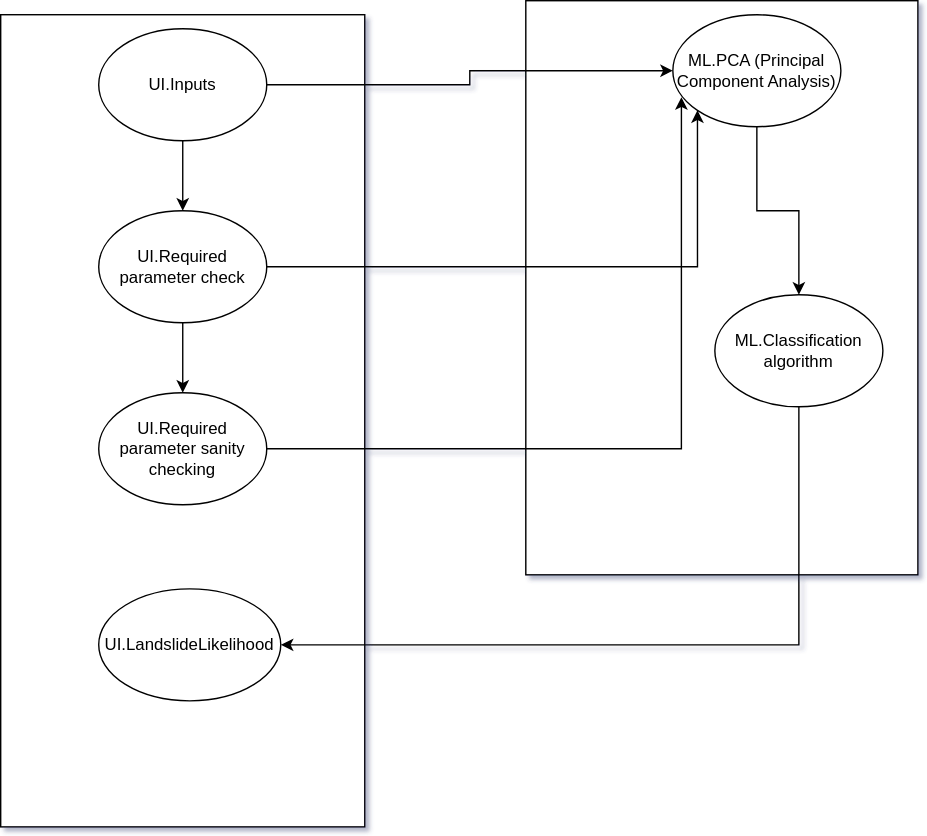
Above: docs/design/stages.svg in bhagyagkwd31/No_more_Landslides (draw.io), before the change. Source tidied: cells renumbered, new cells last; positions are measured from the earlier drawing's top-left corner, leaving out a move shared by most shapes.
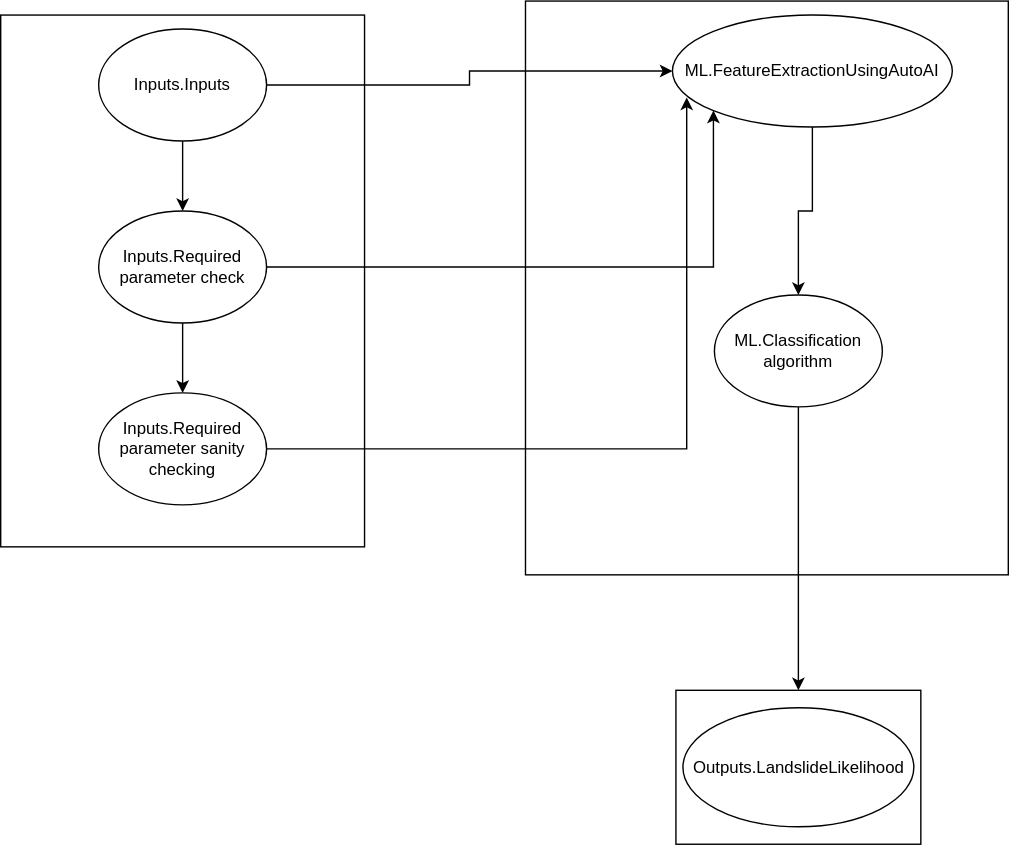
Above is the later version.

Diff of the diagram source:
```diff
@@ -3,33 +3,33 @@
     <mxCell id="0" />
     <mxCell id="1" parent="0" />
     <mxCell id="2" style="rounded=0;whiteSpace=wrap;html=1;" parent="1" vertex="1">
-      <mxGeometry x="375" width="280" height="410" as="geometry" />
+      <mxGeometry x="375" width="345" height="410" as="geometry" />
     </mxCell>
     <mxCell id="3" style="rounded=0;whiteSpace=wrap;html=1;" parent="1" vertex="1">
-      <mxGeometry y="10" width="260" height="580" as="geometry" />
+      <mxGeometry y="10" width="260" height="380" as="geometry" />
     </mxCell>
     <mxCell id="4" style="edgeStyle=orthogonalEdgeStyle;rounded=0;jettySize=auto;html=1;entryX=0.5;entryY=0;entryDx=0;entryDy=0;" parent="1" edge="1" source="5" target="7">
       <mxGeometry relative="1" as="geometry" />
     </mxCell>
-    <mxCell id="5" value="ML.PCA (Principal Component Analysis)" style="ellipse;whiteSpace=wrap;html=1;" parent="1" vertex="1">
-      <mxGeometry x="480" y="10" width="120" height="80" as="geometry" />
+    <mxCell id="5" value="ML.FeatureExtractionUsingAutoAI" style="ellipse;whiteSpace=wrap;html=1;" parent="1" vertex="1">
+      <mxGeometry x="480" y="10" width="200" height="80" as="geometry" />
     </mxCell>
-    <mxCell id="6" style="edgeStyle=orthogonalEdgeStyle;rounded=0;jettySize=auto;html=1;entryX=1;entryY=0.5;entryDx=0;entryDy=0;exitX=0.5;exitY=1;exitDx=0;exitDy=0;" parent="1" edge="1" source="7" target="16">
-      <mxGeometry relative="1" as="geometry" />
-    </mxCell>
     <mxCell id="7" value="ML.Classification algorithm" style="ellipse;whiteSpace=wrap;html=1;" parent="1" vertex="1">
       <mxGeometry x="510" y="210" width="120" height="80" as="geometry" />
     </mxCell>
+    <mxCell id="17" style="edgeStyle=orthogonalEdgeStyle;rounded=0;jettySize=auto;html=1;exitX=0.5;exitY=1;exitDx=0;exitDy=0;entryX=0.5;entryY=0;entryDx=0;entryDy=0;" parent="1" edge="1" source="7" target="18">
+      <mxGeometry relative="1" as="geometry" />
+    </mxCell>
     <mxCell id="8" style="edgeStyle=orthogonalEdgeStyle;rounded=0;jettySize=auto;html=1;entryX=0.5;entryY=0;entryDx=0;entryDy=0;" parent="1" edge="1" source="10" target="11">
       <mxGeometry relative="1" as="geometry" />
     </mxCell>
     <mxCell id="9" style="edgeStyle=orthogonalEdgeStyle;rounded=0;jettySize=auto;html=1;entryX=0;entryY=1;entryDx=0;entryDy=0;" parent="1" edge="1" source="10" target="5">
       <mxGeometry relative="1" as="geometry" />
     </mxCell>
-    <mxCell id="10" value="UI.Required parameter check" style="ellipse;whiteSpace=wrap;html=1;" parent="1" vertex="1">
+    <mxCell id="10" value="Inputs.Required parameter check" style="ellipse;whiteSpace=wrap;html=1;" parent="1" vertex="1">
       <mxGeometry x="70" y="150" width="120" height="80" as="geometry" />
     </mxCell>
-    <mxCell id="11" value="UI.Required parameter sanity checking" style="ellipse;whiteSpace=wrap;html=1;" parent="1" vertex="1">
+    <mxCell id="11" value="Inputs.Required parameter sanity checking" style="ellipse;whiteSpace=wrap;html=1;" parent="1" vertex="1">
       <mxGeometry x="70" y="280" width="120" height="80" as="geometry" />
     </mxCell>
     <mxCell id="12" style="edgeStyle=orthogonalEdgeStyle;rounded=0;jettySize=auto;html=1;" parent="1" edge="1" source="14" target="10">
@@ -38,14 +38,17 @@
     <mxCell id="13" style="edgeStyle=orthogonalEdgeStyle;rounded=0;jettySize=auto;html=1;entryX=0;entryY=0.5;entryDx=0;entryDy=0;" parent="1" edge="1" source="14" target="5">
       <mxGeometry relative="1" as="geometry" />
     </mxCell>
+    <mxCell id="18" style="rounded=0;whiteSpace=wrap;html=1;" parent="1" vertex="1">
+      <mxGeometry x="482.5" y="492.5" width="175" height="110" as="geometry" />
+    </mxCell>
-    <mxCell id="14" value="UI.Inputs" style="ellipse;whiteSpace=wrap;html=1;" parent="1" vertex="1">
+    <mxCell id="14" value="Inputs.Inputs" style="ellipse;whiteSpace=wrap;html=1;" parent="1" vertex="1">
       <mxGeometry x="70" y="20" width="120" height="80" as="geometry" />
     </mxCell>
     <mxCell id="15" style="edgeStyle=orthogonalEdgeStyle;rounded=0;jettySize=auto;html=1;entryX=0.051;entryY=0.736;entryDx=0;entryDy=0;entryPerimeter=0;" parent="1" edge="1" source="11" target="5">
       <mxGeometry relative="1" as="geometry" />
     </mxCell>
-    <mxCell id="16" value="UI.LandslideLikelihood" style="ellipse;whiteSpace=wrap;html=1;" parent="1" vertex="1">
-      <mxGeometry x="70" y="420" width="130" height="80" as="geometry" />
+    <mxCell id="16" value="Outputs.LandslideLikelihood" style="ellipse;whiteSpace=wrap;html=1;" parent="1" vertex="1">
+      <mxGeometry x="487.5" y="505" width="165" height="85" as="geometry" />
     </mxCell>
   </root>
 </mxGraphModel>
```
